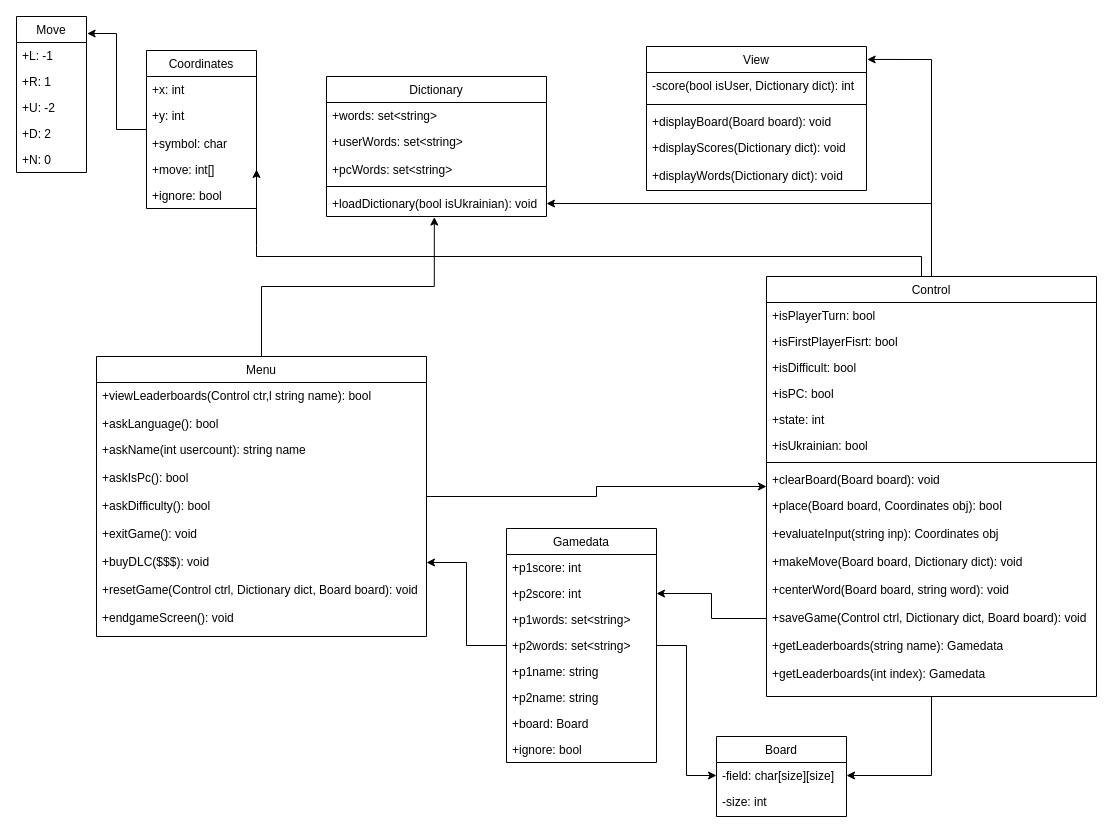
The draw.io diagram diagrams/ClassDiagram.drawio in MrAnt22/Kings-balda, before the edit. Source tidied: cells renumbered, new cells numbered last; positions are measured from the earlier drawing's top-left corner, leaving out a move shared by most shapes. Both pictures are drawn from the tidied source at 100%, with x=0, y=0 at pixel (16, 16).
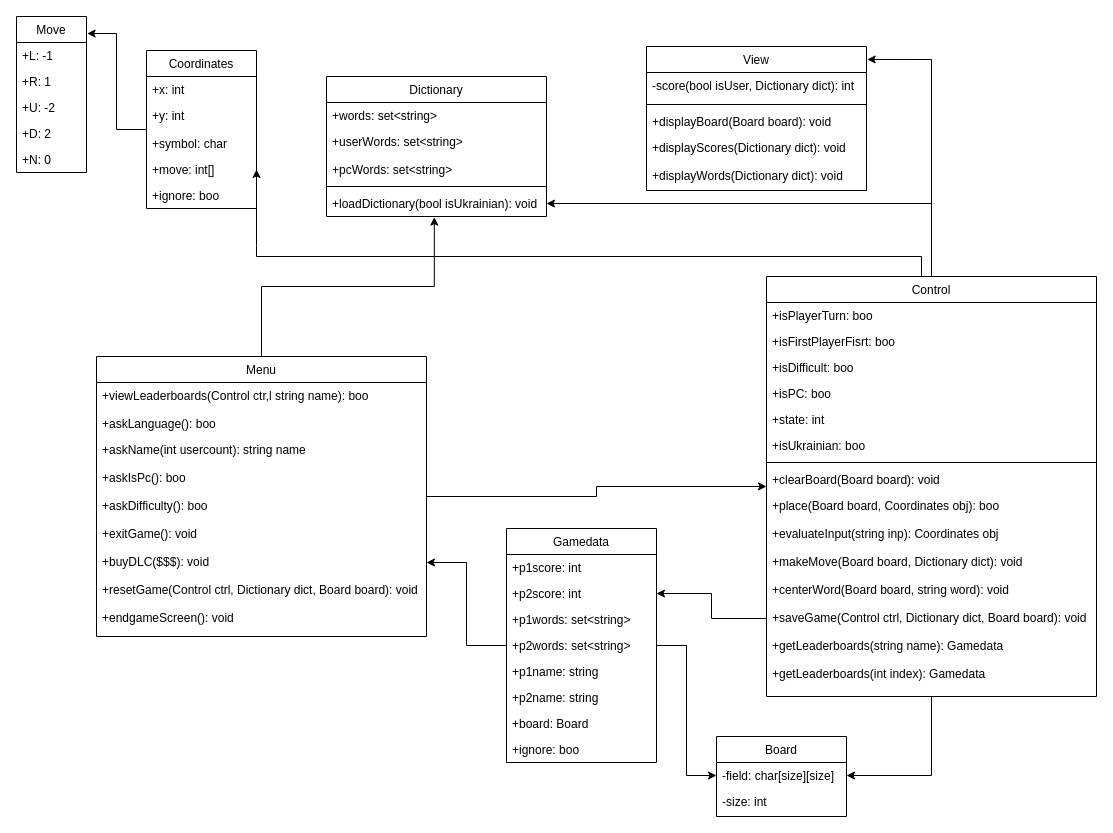
After the change.

The change refers to these unchanged cells:
```xml
<mxCell id="11" value="Coordinates" style="swimlane;fontStyle=0;align=center;verticalAlign=top;horizontal=1;startSize=26;rounded=0;shadow=0;strokeWidth=1;" parent="1" vertex="1">
  <mxGeometry x="130" y="34" width="110" height="158" as="geometry" />
</mxCell>
<mxCell id="26" value="Control&#10;" style="swimlane;fontStyle=0;align=center;verticalAlign=top;horizontal=1;startSize=26;rounded=0;shadow=0;strokeWidth=1;" parent="1" vertex="1">
  <mxGeometry x="750" y="260" width="330" height="420" as="geometry" />
</mxCell>
<mxCell id="43" value="Menu" style="swimlane;fontStyle=0;align=center;verticalAlign=top;horizontal=1;startSize=26;rounded=0;shadow=0;strokeWidth=1;" parent="1" vertex="1">
  <mxGeometry x="80" y="340" width="330" height="280" as="geometry" />
</mxCell>
<mxCell id="57" value="Gamedata" style="swimlane;fontStyle=0;align=center;verticalAlign=top;horizontal=1;startSize=26;rounded=0;shadow=0;strokeWidth=1;" parent="1" vertex="1">
  <mxGeometry x="490" y="512" width="150" height="234" as="geometry" />
</mxCell>
```

Diff of the diagram source:
```diff
@@
-    <mxCell id="16" value="+ignore: bool" style="text;align=left;verticalAlign=top;spacingLeft=4;spacingRight=4;overflow=hidden;" parent="11" vertex="1">
+    <mxCell id="16" value="+ignore: boo" style="text;align=left;verticalAlign=top;spacingLeft=4;spacingRight=4;overflow=hidden;" parent="11" vertex="1">
       <mxGeometry y="132" width="110" height="26" as="geometry" />
     </mxCell>
@@
-    <mxCell id="27" value="+isPlayerTurn: bool" style="text;align=left;verticalAlign=top;spacingLeft=4;spacingRight=4;overflow=hidden;" parent="26" vertex="1">
+    <mxCell id="27" value="+isPlayerTurn: boo" style="text;align=left;verticalAlign=top;spacingLeft=4;spacingRight=4;overflow=hidden;" parent="26" vertex="1">
       <mxGeometry y="26" width="330" height="26" as="geometry" />
     </mxCell>
-    <mxCell id="28" value="+isFirstPlayerFisrt: bool" style="text;align=left;verticalAlign=top;spacingLeft=4;spacingRight=4;overflow=hidden;" parent="26" vertex="1">
+    <mxCell id="28" value="+isFirstPlayerFisrt: boo" style="text;align=left;verticalAlign=top;spacingLeft=4;spacingRight=4;overflow=hidden;" parent="26" vertex="1">
       <mxGeometry y="52" width="330" height="26" as="geometry" />
     </mxCell>
-    <mxCell id="29" value="+isDifficult: bool" style="text;align=left;verticalAlign=top;spacingLeft=4;spacingRight=4;overflow=hidden;" parent="26" vertex="1">
+    <mxCell id="29" value="+isDifficult: boo" style="text;align=left;verticalAlign=top;spacingLeft=4;spacingRight=4;overflow=hidden;" parent="26" vertex="1">
       <mxGeometry y="78" width="330" height="26" as="geometry" />
     </mxCell>
-    <mxCell id="30" value="+isPC: bool" style="text;align=left;verticalAlign=top;spacingLeft=4;spacingRight=4;overflow=hidden;" parent="26" vertex="1">
+    <mxCell id="30" value="+isPC: boo" style="text;align=left;verticalAlign=top;spacingLeft=4;spacingRight=4;overflow=hidden;" parent="26" vertex="1">
       <mxGeometry y="104" width="330" height="26" as="geometry" />
     </mxCell>
@@
-    <mxCell id="32" value="+isUkrainian: bool" style="text;align=left;verticalAlign=top;spacingLeft=4;spacingRight=4;overflow=hidden;" parent="26" vertex="1">
+    <mxCell id="32" value="+isUkrainian: boo" style="text;align=left;verticalAlign=top;spacingLeft=4;spacingRight=4;overflow=hidden;" parent="26" vertex="1">
       <mxGeometry y="156" width="330" height="26" as="geometry" />
     </mxCell>
@@
-    <mxCell id="35" value="+place(Board board, Coordinates obj): bool" style="text;align=left;verticalAlign=top;spacingLeft=4;spacingRight=4;overflow=hidden;" parent="26" vertex="1">
+    <mxCell id="35" value="+place(Board board, Coordinates obj): boo" style="text;align=left;verticalAlign=top;spacingLeft=4;spacingRight=4;overflow=hidden;" parent="26" vertex="1">
       <mxGeometry y="216" width="330" height="28" as="geometry" />
     </mxCell>
@@
-    <mxCell id="44" value="+viewLeaderboards(Control ctr,l string name): bool" style="text;align=left;verticalAlign=top;spacingLeft=4;spacingRight=4;overflow=hidden;" parent="43" vertex="1">
+    <mxCell id="44" value="+viewLeaderboards(Control ctr,l string name): boo" style="text;align=left;verticalAlign=top;spacingLeft=4;spacingRight=4;overflow=hidden;" parent="43" vertex="1">
       <mxGeometry y="26" width="330" height="28" as="geometry" />
     </mxCell>
-    <mxCell id="45" value="+askLanguage(): bool" style="text;align=left;verticalAlign=top;spacingLeft=4;spacingRight=4;overflow=hidden;" parent="43" vertex="1">
+    <mxCell id="45" value="+askLanguage(): boo" style="text;align=left;verticalAlign=top;spacingLeft=4;spacingRight=4;overflow=hidden;" parent="43" vertex="1">
       <mxGeometry y="54" width="330" height="26" as="geometry" />
     </mxCell>
@@
-    <mxCell id="47" value="+askIsPc(): bool" style="text;align=left;verticalAlign=top;spacingLeft=4;spacingRight=4;overflow=hidden;" parent="43" vertex="1">
+    <mxCell id="47" value="+askIsPc(): boo" style="text;align=left;verticalAlign=top;spacingLeft=4;spacingRight=4;overflow=hidden;" parent="43" vertex="1">
       <mxGeometry y="108" width="330" height="28" as="geometry" />
     </mxCell>
-    <mxCell id="48" value="+askDifficulty(): bool" style="text;align=left;verticalAlign=top;spacingLeft=4;spacingRight=4;overflow=hidden;" parent="43" vertex="1">
+    <mxCell id="48" value="+askDifficulty(): boo" style="text;align=left;verticalAlign=top;spacingLeft=4;spacingRight=4;overflow=hidden;" parent="43" vertex="1">
       <mxGeometry y="136" width="330" height="28" as="geometry" />
     </mxCell>
@@
-    <mxCell id="65" value="+ignore: bool" style="text;align=left;verticalAlign=top;spacingLeft=4;spacingRight=4;overflow=hidden;" parent="57" vertex="1">
+    <mxCell id="65" value="+ignore: boo" style="text;align=left;verticalAlign=top;spacingLeft=4;spacingRight=4;overflow=hidden;" parent="57" vertex="1">
       <mxGeometry y="208" width="150" height="26" as="geometry" />
     </mxCell>
```
